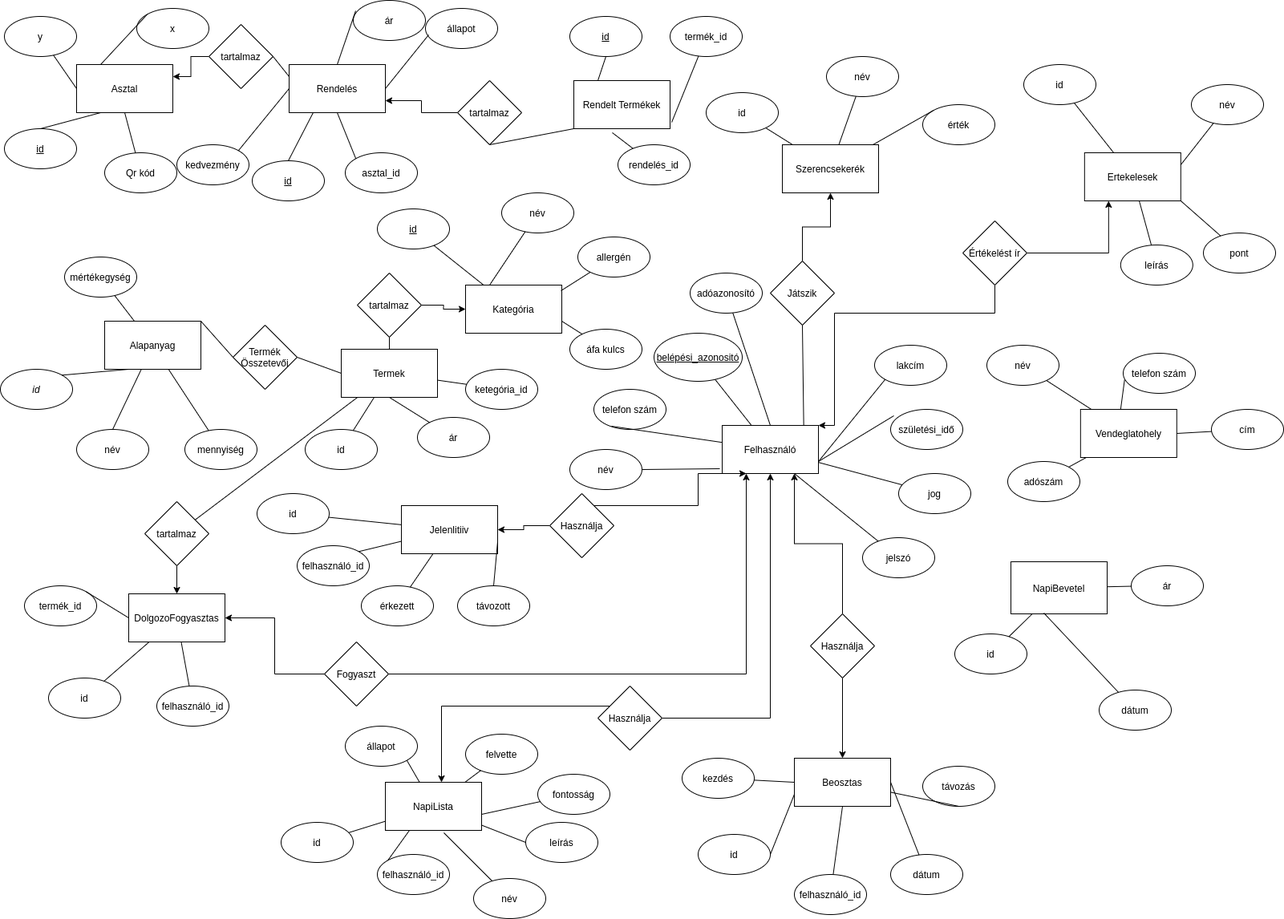
Before: Dokumentacio/egyed_kapcsolat_diagram.drawio.png, a diagram exported from draw.io (cserigabi4/Szakdolgozat). Source tidied: cells renumbered, new cells last; positions are measured from the earlier drawing's top-left corner, leaving out a move shared by most shapes.
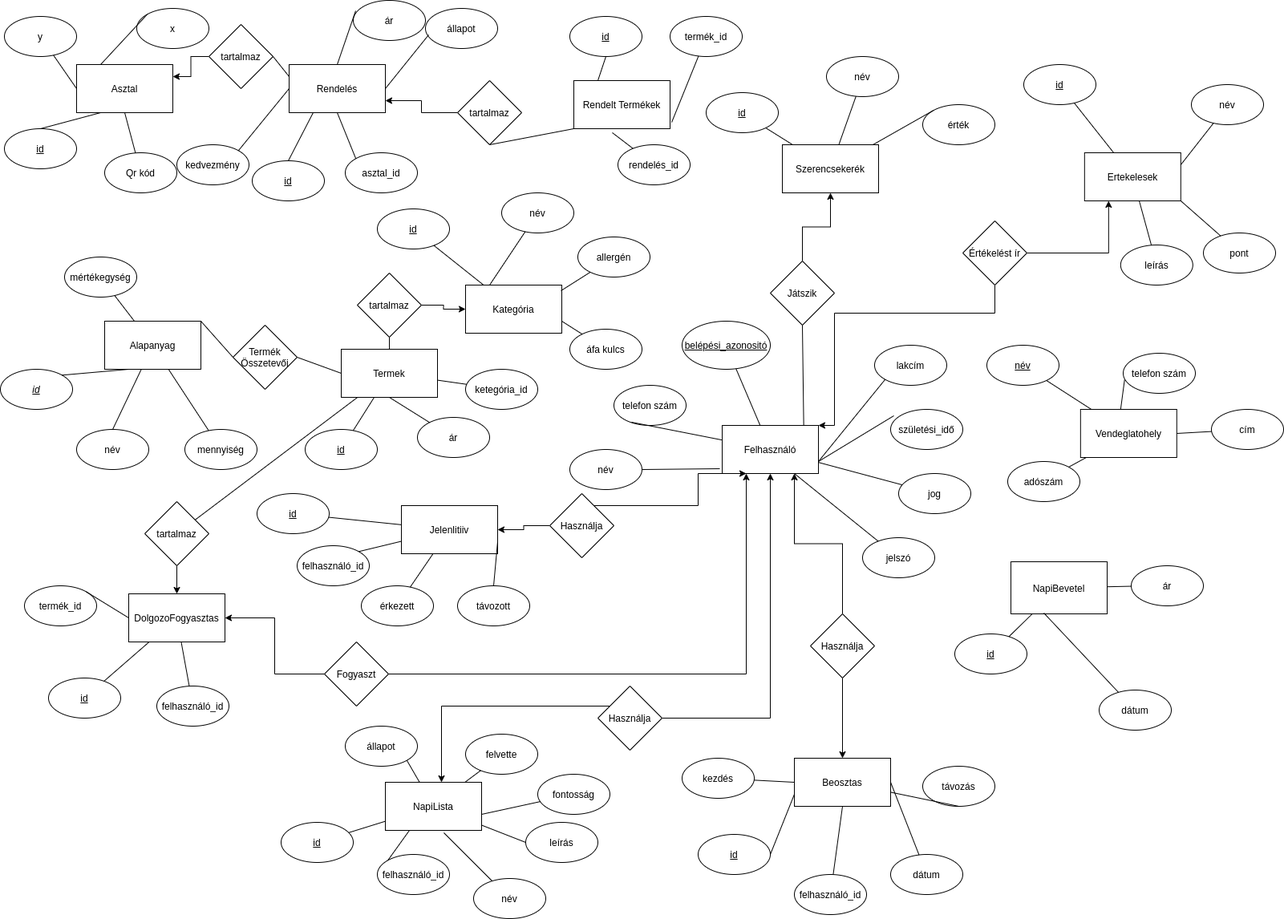
Later version of the same file.

Commit message:
#1 Egyed-kapcsolat diagram

The edit, as a diff of the source:
```diff
@@ -119,7 +119,7 @@
     <mxCell id="40" style="endArrow=none;html=1;entryX=1.017;entryY=0.867;entryDx=0;entryDy=0;entryPerimeter=0;" parent="1" edge="1" source="37" target="4">
       <mxGeometry relative="1" as="geometry" />
     </mxCell>
-    <mxCell id="41" value="id" style="ellipse;whiteSpace=wrap;html=1;hachureGap=4;" parent="1" vertex="1">
+    <mxCell id="41" value="&lt;u&gt;id&lt;/u&gt;" style="ellipse;whiteSpace=wrap;html=1;hachureGap=4;" parent="1" vertex="1">
       <mxGeometry x="880" y="115" width="90" height="50" as="geometry" />
     </mxCell>
     <mxCell id="42" value="név" style="ellipse;whiteSpace=wrap;html=1;hachureGap=4;" parent="1" vertex="1">
@@ -137,7 +137,7 @@
     <mxCell id="46" style="endArrow=none;html=1;exitX=0;exitY=0;exitDx=0;exitDy=0;" parent="1" edge="1" source="43" target="5">
       <mxGeometry relative="1" as="geometry" />
     </mxCell>
-    <mxCell id="47" value="&lt;i&gt;id&lt;/i&gt;" style="ellipse;whiteSpace=wrap;html=1;hachureGap=4;" parent="1" vertex="1">
+    <mxCell id="47" value="&lt;i&gt;&lt;u&gt;id&lt;/u&gt;&lt;/i&gt;" style="ellipse;whiteSpace=wrap;html=1;hachureGap=4;" parent="1" vertex="1">
       <mxGeometry y="460" width="90" height="50" as="geometry" />
     </mxCell>
     <mxCell id="48" value="név" style="ellipse;whiteSpace=wrap;html=1;hachureGap=4;" parent="1" vertex="1">
@@ -164,7 +164,7 @@
     <mxCell id="55" value="ketegória_id" style="ellipse;whiteSpace=wrap;html=1;hachureGap=4;" parent="1" vertex="1">
       <mxGeometry x="580" y="460" width="90" height="50" as="geometry" />
     </mxCell>
-    <mxCell id="56" value="id" style="ellipse;whiteSpace=wrap;html=1;hachureGap=4;" parent="1" vertex="1">
+    <mxCell id="56" value="&lt;u&gt;id&lt;/u&gt;" style="ellipse;whiteSpace=wrap;html=1;hachureGap=4;" parent="1" vertex="1">
       <mxGeometry x="380" y="535" width="90" height="50" as="geometry" />
     </mxCell>
     <mxCell id="57" value="ár" style="ellipse;whiteSpace=wrap;html=1;hachureGap=4;" parent="1" vertex="1">
@@ -203,7 +203,7 @@
     <mxCell id="68" style="endArrow=none;html=1;exitX=0.5;exitY=1;exitDx=0;exitDy=0;" parent="1" edge="1" source="8" target="57">
       <mxGeometry relative="1" as="geometry" />
     </mxCell>
-    <mxCell id="69" value="id" style="ellipse;whiteSpace=wrap;html=1;hachureGap=4;" parent="1" vertex="1">
+    <mxCell id="69" value="&lt;u&gt;id&lt;/u&gt;" style="ellipse;whiteSpace=wrap;html=1;hachureGap=4;" parent="1" vertex="1">
       <mxGeometry x="1190" y="790" width="90" height="50" as="geometry" />
     </mxCell>
     <mxCell id="70" value="dátum" style="ellipse;whiteSpace=wrap;html=1;hachureGap=4;" parent="1" vertex="1">
@@ -219,11 +219,8 @@
       <mxGeometry x="1075" y="670" width="90" height="50" as="geometry" />
     </mxCell>
     <mxCell id="74" value="&lt;u&gt;belépési_azonositó&lt;/u&gt;" style="ellipse;whiteSpace=wrap;html=1;hachureGap=4;" parent="1" vertex="1">
-      <mxGeometry x="815" y="415" width="110" height="60" as="geometry" />
+      <mxGeometry x="850" y="400" width="110" height="60" as="geometry" />
     </mxCell>
-    <mxCell id="75" value="adóazonosító" style="ellipse;whiteSpace=wrap;html=1;hachureGap=4;" parent="1" vertex="1">
-      <mxGeometry x="860" y="340" width="90" height="50" as="geometry" />
-    </mxCell>
     <mxCell id="76" value="jog" style="ellipse;whiteSpace=wrap;html=1;hachureGap=4;" parent="1" vertex="1">
       <mxGeometry x="1120" y="590" width="90" height="50" as="geometry" />
     </mxCell>
@@ -234,7 +231,7 @@
       <mxGeometry x="1110" y="510" width="90" height="50" as="geometry" />
     </mxCell>
     <mxCell id="79" value="telefon szám" style="ellipse;whiteSpace=wrap;html=1;hachureGap=4;" parent="1" vertex="1">
-      <mxGeometry x="740" y="485" width="90" height="50" as="geometry" />
+      <mxGeometry x="765" y="480" width="90" height="50" as="geometry" />
     </mxCell>
     <mxCell id="80" style="endArrow=none;html=1;" parent="1" edge="1" source="74" target="10">
       <mxGeometry relative="1" as="geometry" />
@@ -242,9 +239,6 @@
     <mxCell id="81" style="endArrow=none;html=1;exitX=0.244;exitY=0.92;exitDx=0;exitDy=0;exitPerimeter=0;" parent="1" edge="1" source="79" target="10">
       <mxGeometry relative="1" as="geometry" />
     </mxCell>
-    <mxCell id="82" style="endArrow=none;html=1;entryX=0.5;entryY=0;entryDx=0;entryDy=0;" parent="1" edge="1" source="75" target="10">
-      <mxGeometry relative="1" as="geometry" />
-    </mxCell>
     <mxCell id="83" style="endArrow=none;html=1;entryX=0.75;entryY=1;entryDx=0;entryDy=0;" parent="1" edge="1" source="73" target="10">
       <mxGeometry relative="1" as="geometry" />
     </mxCell>
@@ -260,7 +254,7 @@
     <mxCell id="87" style="endArrow=none;html=1;exitX=1;exitY=0.75;exitDx=0;exitDy=0;entryX=0.044;entryY=0.16;entryDx=0;entryDy=0;entryPerimeter=0;" parent="1" edge="1" source="10" target="78">
       <mxGeometry relative="1" as="geometry" />
     </mxCell>
-    <mxCell id="88" value="id" style="ellipse;whiteSpace=wrap;html=1;hachureGap=4;" parent="1" vertex="1">
+    <mxCell id="88" value="&lt;u&gt;id&lt;/u&gt;" style="ellipse;whiteSpace=wrap;html=1;hachureGap=4;" parent="1" vertex="1">
       <mxGeometry x="320" y="615" width="90" height="50" as="geometry" />
     </mxCell>
     <mxCell id="89" value="felhasználó_id" style="ellipse;whiteSpace=wrap;html=1;hachureGap=4;" parent="1" vertex="1">
@@ -293,7 +287,7 @@
     <mxCell id="98" style="endArrow=none;html=1;" parent="1" edge="1" source="9" target="71">
       <mxGeometry relative="1" as="geometry" />
     </mxCell>
-    <mxCell id="99" value="id" style="ellipse;whiteSpace=wrap;html=1;hachureGap=4;" parent="1" vertex="1">
+    <mxCell id="99" value="&lt;u&gt;id&lt;/u&gt;" style="ellipse;whiteSpace=wrap;html=1;hachureGap=4;" parent="1" vertex="1">
       <mxGeometry x="350" y="1025" width="90" height="50" as="geometry" />
     </mxCell>
     <mxCell id="100" value="felhasználó_id" style="ellipse;whiteSpace=wrap;html=1;hachureGap=4;" parent="1" vertex="1">
@@ -314,7 +308,7 @@
     <mxCell id="105" value="állapot" style="ellipse;whiteSpace=wrap;html=1;hachureGap=4;" parent="1" vertex="1">
       <mxGeometry x="430" y="905" width="90" height="50" as="geometry" />
     </mxCell>
-    <mxCell id="106" value="id" style="ellipse;whiteSpace=wrap;html=1;hachureGap=4;" parent="1" vertex="1">
+    <mxCell id="106" value="&lt;u&gt;id&lt;/u&gt;" style="ellipse;whiteSpace=wrap;html=1;hachureGap=4;" parent="1" vertex="1">
       <mxGeometry x="870" y="1040" width="90" height="50" as="geometry" />
     </mxCell>
     <mxCell id="107" value="felhasználó_id" style="ellipse;whiteSpace=wrap;html=1;hachureGap=4;" parent="1" vertex="1">
@@ -329,7 +323,7 @@
     <mxCell id="110" value="kezdés" style="ellipse;whiteSpace=wrap;html=1;hachureGap=4;" parent="1" vertex="1">
       <mxGeometry x="850" y="945" width="90" height="50" as="geometry" />
     </mxCell>
-    <mxCell id="111" value="név" style="ellipse;whiteSpace=wrap;html=1;hachureGap=4;" parent="1" vertex="1">
+    <mxCell id="111" value="&lt;u&gt;név&lt;/u&gt;" style="ellipse;whiteSpace=wrap;html=1;hachureGap=4;" parent="1" vertex="1">
       <mxGeometry x="1230" y="430" width="90" height="50" as="geometry" />
     </mxCell>
     <mxCell id="112" value="adószám" style="ellipse;whiteSpace=wrap;html=1;hachureGap=4;" parent="1" vertex="1">
@@ -341,7 +335,7 @@
     <mxCell id="114" value="telefon szám" style="ellipse;whiteSpace=wrap;html=1;hachureGap=4;" parent="1" vertex="1">
       <mxGeometry x="1400" y="440" width="90" height="50" as="geometry" />
     </mxCell>
-    <mxCell id="115" value="id" style="ellipse;whiteSpace=wrap;html=1;hachureGap=4;" parent="1" vertex="1">
+    <mxCell id="115" value="&lt;u&gt;id&lt;/u&gt;" style="ellipse;whiteSpace=wrap;html=1;hachureGap=4;" parent="1" vertex="1">
       <mxGeometry x="60" y="845" width="90" height="50" as="geometry" />
     </mxCell>
     <mxCell id="116" value="felhasználó_id" style="ellipse;whiteSpace=wrap;html=1;hachureGap=4;" parent="1" vertex="1">
@@ -350,7 +344,7 @@
     <mxCell id="117" value="termék_id" style="ellipse;whiteSpace=wrap;html=1;hachureGap=4;" parent="1" vertex="1">
       <mxGeometry x="30" y="730" width="90" height="50" as="geometry" />
     </mxCell>
-    <mxCell id="118" value="id" style="ellipse;whiteSpace=wrap;html=1;hachureGap=4;" parent="1" vertex="1">
+    <mxCell id="118" value="&lt;u&gt;id&lt;/u&gt;" style="ellipse;whiteSpace=wrap;html=1;hachureGap=4;" parent="1" vertex="1">
       <mxGeometry x="1276" y="80" width="90" height="50" as="geometry" />
     </mxCell>
     <mxCell id="119" value="név" style="ellipse;whiteSpace=wrap;html=1;hachureGap=4;" parent="1" vertex="1">
```
